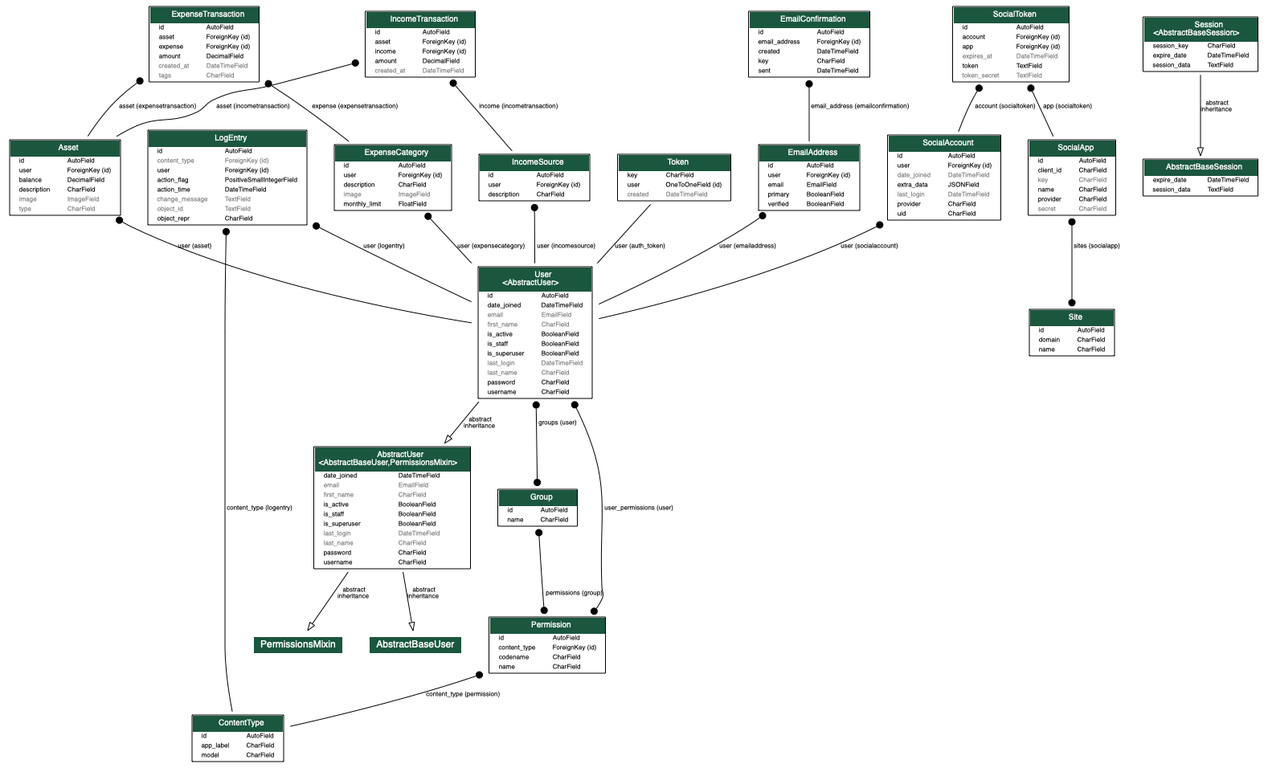
This is models.png from ezhk/finance, a Graphviz export, as it was before one commit. Its source is kept beside it as models.dot.
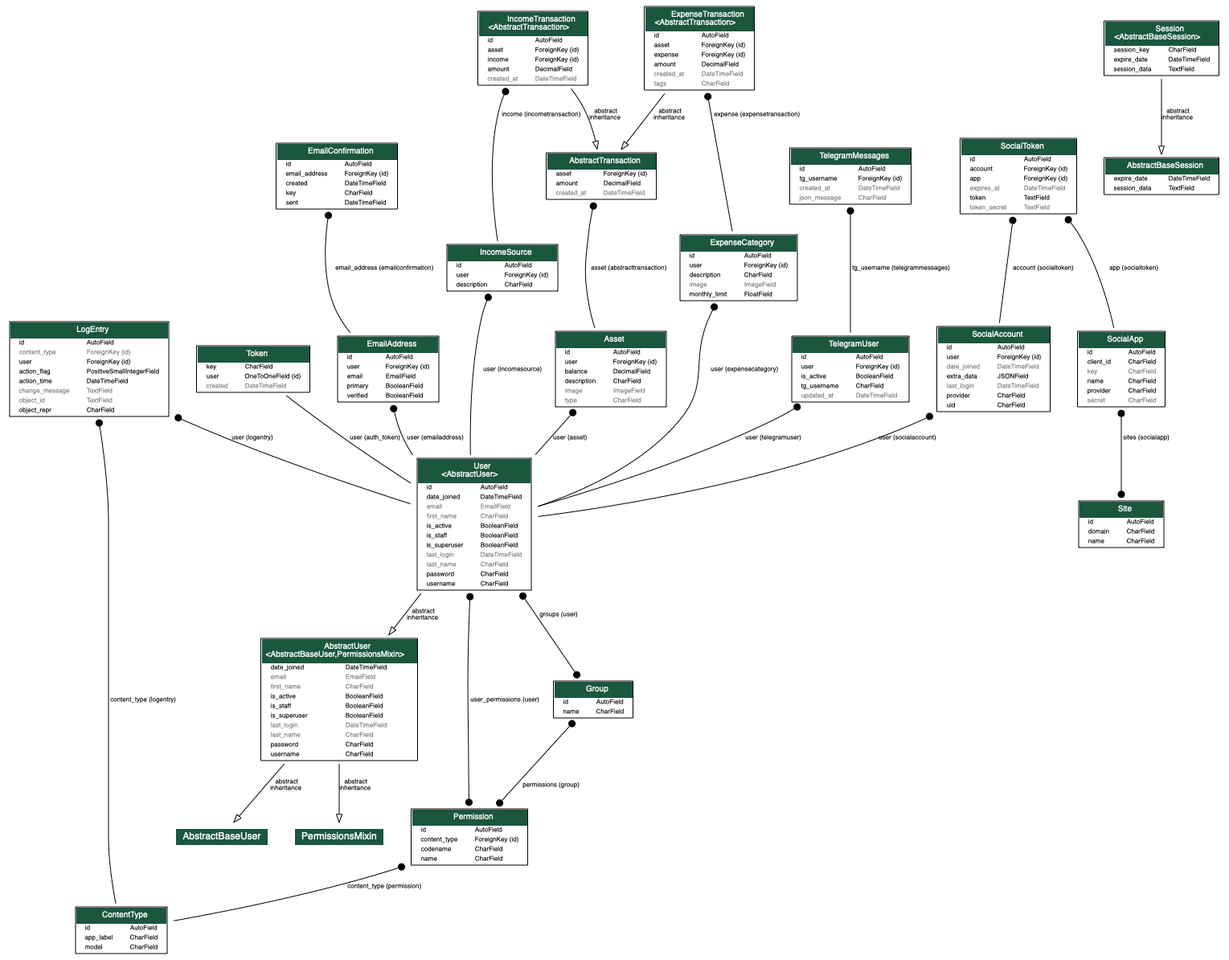
After the change.

Commit message:
update UML diagram

Diff of the diagram source:
```diff
@@ -815,6 +815,40 @@
 
 
 
+  main_models_AbstractTransaction [label=<
+    <TABLE BGCOLOR="white" BORDER="1" CELLBORDER="0" CELLSPACING="0">
+    <TR><TD COLSPAN="2" CELLPADDING="5" ALIGN="CENTER" BGCOLOR="#1b563f">
+    <FONT FACE="Roboto" COLOR="white" POINT-SIZE="10"><B>
+    AbstractTransaction
+    </B></FONT></TD></TR>
+
+
+    <TR><TD ALIGN="LEFT" BORDER="0">
+    <FONT FACE="Roboto"><B>asset</B></FONT>
+    </TD><TD ALIGN="LEFT">
+    <FONT FACE="Roboto"><B>ForeignKey (id)</B></FONT>
+    </TD></TR>
+
+
+
+    <TR><TD ALIGN="LEFT" BORDER="0">
+    <FONT FACE="Roboto">amount</FONT>
+    </TD><TD ALIGN="LEFT">
+    <FONT FACE="Roboto">DecimalField</FONT>
+    </TD></TR>
+
+
+
+    <TR><TD ALIGN="LEFT" BORDER="0">
+    <FONT COLOR="#7B7B7B" FACE="Roboto">created_at</FONT>
+    </TD><TD ALIGN="LEFT">
+    <FONT COLOR="#7B7B7B" FACE="Roboto">DateTimeField</FONT>
+    </TD></TR>
+
+
+    </TABLE>
+    >]
+
   main_models_IncomeSource [label=<
     <TABLE BGCOLOR="white" BORDER="1" CELLBORDER="0" CELLSPACING="0">
     <TR><TD COLSPAN="2" CELLPADDING="5" ALIGN="CENTER" BGCOLOR="#1b563f">
@@ -961,22 +995,22 @@
     <TABLE BGCOLOR="white" BORDER="1" CELLBORDER="0" CELLSPACING="0">
     <TR><TD COLSPAN="2" CELLPADDING="5" ALIGN="CENTER" BGCOLOR="#1b563f">
     <FONT FACE="Roboto" COLOR="white" POINT-SIZE="10"><B>
-    IncomeTransaction
-    </B></FONT></TD></TR>
-
-
-    <TR><TD ALIGN="LEFT" BORDER="0">
-    <FONT FACE="Roboto"><B>id</B></FONT>
-    </TD><TD ALIGN="LEFT">
-    <FONT FACE="Roboto"><B>AutoField</B></FONT>
-    </TD></TR>
-
-
-
-    <TR><TD ALIGN="LEFT" BORDER="0">
-    <FONT FACE="Roboto"><B>asset</B></FONT>
-    </TD><TD ALIGN="LEFT">
-    <FONT FACE="Roboto"><B>ForeignKey (id)</B></FONT>
+    IncomeTransaction<BR/>&lt;<FONT FACE="Roboto"><I>AbstractTransaction</I></FONT>&gt;
+    </B></FONT></TD></TR>
+
+
+    <TR><TD ALIGN="LEFT" BORDER="0">
+    <FONT FACE="Roboto"><B>id</B></FONT>
+    </TD><TD ALIGN="LEFT">
+    <FONT FACE="Roboto"><B>AutoField</B></FONT>
+    </TD></TR>
+
+
+
+    <TR><TD ALIGN="LEFT" BORDER="0">
+    <FONT FACE="Roboto"><I><B>asset</B></I></FONT>
+    </TD><TD ALIGN="LEFT">
+    <FONT FACE="Roboto"><I><B>ForeignKey (id)</B></I></FONT>
     </TD></TR>
 
 
@@ -990,9 +1024,154 @@
 
 
     <TR><TD ALIGN="LEFT" BORDER="0">
-    <FONT FACE="Roboto">amount</FONT>
-    </TD><TD ALIGN="LEFT">
-    <FONT FACE="Roboto">DecimalField</FONT>
+    <FONT FACE="Roboto"><I>amount</I></FONT>
+    </TD><TD ALIGN="LEFT">
+    <FONT FACE="Roboto"><I>DecimalField</I></FONT>
+    </TD></TR>
+
+
+
+    <TR><TD ALIGN="LEFT" BORDER="0">
+    <FONT COLOR="#7B7B7B" FACE="Roboto"><I>created_at</I></FONT>
+    </TD><TD ALIGN="LEFT">
+    <FONT COLOR="#7B7B7B" FACE="Roboto"><I>DateTimeField</I></FONT>
+    </TD></TR>
+
+
+    </TABLE>
+    >]
+
+  main_models_ExpenseTransaction [label=<
+    <TABLE BGCOLOR="white" BORDER="1" CELLBORDER="0" CELLSPACING="0">
+    <TR><TD COLSPAN="2" CELLPADDING="5" ALIGN="CENTER" BGCOLOR="#1b563f">
+    <FONT FACE="Roboto" COLOR="white" POINT-SIZE="10"><B>
+    ExpenseTransaction<BR/>&lt;<FONT FACE="Roboto"><I>AbstractTransaction</I></FONT>&gt;
+    </B></FONT></TD></TR>
+
+
+    <TR><TD ALIGN="LEFT" BORDER="0">
+    <FONT FACE="Roboto"><B>id</B></FONT>
+    </TD><TD ALIGN="LEFT">
+    <FONT FACE="Roboto"><B>AutoField</B></FONT>
+    </TD></TR>
+
+
+
+    <TR><TD ALIGN="LEFT" BORDER="0">
+    <FONT FACE="Roboto"><I><B>asset</B></I></FONT>
+    </TD><TD ALIGN="LEFT">
+    <FONT FACE="Roboto"><I><B>ForeignKey (id)</B></I></FONT>
+    </TD></TR>
+
+
+
+    <TR><TD ALIGN="LEFT" BORDER="0">
+    <FONT FACE="Roboto"><B>expense</B></FONT>
+    </TD><TD ALIGN="LEFT">
+    <FONT FACE="Roboto"><B>ForeignKey (id)</B></FONT>
+    </TD></TR>
+
+
+
+    <TR><TD ALIGN="LEFT" BORDER="0">
+    <FONT FACE="Roboto"><I>amount</I></FONT>
+    </TD><TD ALIGN="LEFT">
+    <FONT FACE="Roboto"><I>DecimalField</I></FONT>
+    </TD></TR>
+
+
+
+    <TR><TD ALIGN="LEFT" BORDER="0">
+    <FONT COLOR="#7B7B7B" FACE="Roboto"><I>created_at</I></FONT>
+    </TD><TD ALIGN="LEFT">
+    <FONT COLOR="#7B7B7B" FACE="Roboto"><I>DateTimeField</I></FONT>
+    </TD></TR>
+
+
+
+    <TR><TD ALIGN="LEFT" BORDER="0">
+    <FONT COLOR="#7B7B7B" FACE="Roboto">tags</FONT>
+    </TD><TD ALIGN="LEFT">
+    <FONT COLOR="#7B7B7B" FACE="Roboto">CharField</FONT>
+    </TD></TR>
+
+
+    </TABLE>
+    >]
+
+
+
+
+  bot_models_TelegramUser [label=<
+    <TABLE BGCOLOR="white" BORDER="1" CELLBORDER="0" CELLSPACING="0">
+    <TR><TD COLSPAN="2" CELLPADDING="5" ALIGN="CENTER" BGCOLOR="#1b563f">
+    <FONT FACE="Roboto" COLOR="white" POINT-SIZE="10"><B>
+    TelegramUser
+    </B></FONT></TD></TR>
+
+
+    <TR><TD ALIGN="LEFT" BORDER="0">
+    <FONT FACE="Roboto"><B>id</B></FONT>
+    </TD><TD ALIGN="LEFT">
+    <FONT FACE="Roboto"><B>AutoField</B></FONT>
+    </TD></TR>
+
+
+
+    <TR><TD ALIGN="LEFT" BORDER="0">
+    <FONT FACE="Roboto"><B>user</B></FONT>
+    </TD><TD ALIGN="LEFT">
+    <FONT FACE="Roboto"><B>ForeignKey (id)</B></FONT>
+    </TD></TR>
+
+
+
+    <TR><TD ALIGN="LEFT" BORDER="0">
+    <FONT FACE="Roboto">is_active</FONT>
+    </TD><TD ALIGN="LEFT">
+    <FONT FACE="Roboto">BooleanField</FONT>
+    </TD></TR>
+
+
+
+    <TR><TD ALIGN="LEFT" BORDER="0">
+    <FONT FACE="Roboto">tg_username</FONT>
+    </TD><TD ALIGN="LEFT">
+    <FONT FACE="Roboto">CharField</FONT>
+    </TD></TR>
+
+
+
+    <TR><TD ALIGN="LEFT" BORDER="0">
+    <FONT COLOR="#7B7B7B" FACE="Roboto">updated_at</FONT>
+    </TD><TD ALIGN="LEFT">
+    <FONT COLOR="#7B7B7B" FACE="Roboto">DateTimeField</FONT>
+    </TD></TR>
+
+
+    </TABLE>
+    >]
+
+  bot_models_TelegramMessages [label=<
+    <TABLE BGCOLOR="white" BORDER="1" CELLBORDER="0" CELLSPACING="0">
+    <TR><TD COLSPAN="2" CELLPADDING="5" ALIGN="CENTER" BGCOLOR="#1b563f">
+    <FONT FACE="Roboto" COLOR="white" POINT-SIZE="10"><B>
+    TelegramMessages
+    </B></FONT></TD></TR>
+
+
+    <TR><TD ALIGN="LEFT" BORDER="0">
+    <FONT FACE="Roboto"><B>id</B></FONT>
+    </TD><TD ALIGN="LEFT">
+    <FONT FACE="Roboto"><B>AutoField</B></FONT>
+    </TD></TR>
+
+
+
+    <TR><TD ALIGN="LEFT" BORDER="0">
+    <FONT FACE="Roboto"><B>tg_username</B></FONT>
+    </TD><TD ALIGN="LEFT">
+    <FONT FACE="Roboto"><B>ForeignKey (id)</B></FONT>
     </TD></TR>
 
 
@@ -1004,59 +1183,9 @@
     </TD></TR>
 
 
-    </TABLE>
-    >]
-
-  main_models_ExpenseTransaction [label=<
-    <TABLE BGCOLOR="white" BORDER="1" CELLBORDER="0" CELLSPACING="0">
-    <TR><TD COLSPAN="2" CELLPADDING="5" ALIGN="CENTER" BGCOLOR="#1b563f">
-    <FONT FACE="Roboto" COLOR="white" POINT-SIZE="10"><B>
-    ExpenseTransaction
-    </B></FONT></TD></TR>
-
-
-    <TR><TD ALIGN="LEFT" BORDER="0">
-    <FONT FACE="Roboto"><B>id</B></FONT>
-    </TD><TD ALIGN="LEFT">
-    <FONT FACE="Roboto"><B>AutoField</B></FONT>
-    </TD></TR>
-
-
-
-    <TR><TD ALIGN="LEFT" BORDER="0">
-    <FONT FACE="Roboto"><B>asset</B></FONT>
-    </TD><TD ALIGN="LEFT">
-    <FONT FACE="Roboto"><B>ForeignKey (id)</B></FONT>
-    </TD></TR>
-
-
-
-    <TR><TD ALIGN="LEFT" BORDER="0">
-    <FONT FACE="Roboto"><B>expense</B></FONT>
-    </TD><TD ALIGN="LEFT">
-    <FONT FACE="Roboto"><B>ForeignKey (id)</B></FONT>
-    </TD></TR>
-
-
-
-    <TR><TD ALIGN="LEFT" BORDER="0">
-    <FONT FACE="Roboto">amount</FONT>
-    </TD><TD ALIGN="LEFT">
-    <FONT FACE="Roboto">DecimalField</FONT>
-    </TD></TR>
-
-
-
-    <TR><TD ALIGN="LEFT" BORDER="0">
-    <FONT COLOR="#7B7B7B" FACE="Roboto">created_at</FONT>
-    </TD><TD ALIGN="LEFT">
-    <FONT COLOR="#7B7B7B" FACE="Roboto">DateTimeField</FONT>
-    </TD></TR>
-
-
-
-    <TR><TD ALIGN="LEFT" BORDER="0">
-    <FONT COLOR="#7B7B7B" FACE="Roboto">tags</FONT>
+
+    <TR><TD ALIGN="LEFT" BORDER="0">
+    <FONT COLOR="#7B7B7B" FACE="Roboto">json_message</FONT>
     </TD><TD ALIGN="LEFT">
     <FONT COLOR="#7B7B7B" FACE="Roboto">CharField</FONT>
     </TD></TR>
@@ -1140,6 +1269,9 @@
   [label=" user (auth_token)"] [arrowhead=none, arrowtail=none, dir=both];
 
 
+  main_models_AbstractTransaction -> main_models_Asset
+  [label=" asset (abstracttransaction)"] [arrowhead=none, arrowtail=dot, dir=both];
+
   main_models_IncomeSource -> django_contrib_auth_models_User
   [label=" user (incomesource)"] [arrowhead=none, arrowtail=dot, dir=both];
 
@@ -1149,17 +1281,24 @@
   main_models_ExpenseCategory -> django_contrib_auth_models_User
   [label=" user (expensecategory)"] [arrowhead=none, arrowtail=dot, dir=both];
 
-  main_models_IncomeTransaction -> main_models_Asset
-  [label=" asset (incometransaction)"] [arrowhead=none, arrowtail=dot, dir=both];
-
   main_models_IncomeTransaction -> main_models_IncomeSource
   [label=" income (incometransaction)"] [arrowhead=none, arrowtail=dot, dir=both];
 
-  main_models_ExpenseTransaction -> main_models_Asset
-  [label=" asset (expensetransaction)"] [arrowhead=none, arrowtail=dot, dir=both];
+  main_models_IncomeTransaction -> main_models_AbstractTransaction
+  [label=" abstract\ninheritance"] [arrowhead=empty, arrowtail=none, dir=both];
 
   main_models_ExpenseTransaction -> main_models_ExpenseCategory
   [label=" expense (expensetransaction)"] [arrowhead=none, arrowtail=dot, dir=both];
 
+  main_models_ExpenseTransaction -> main_models_AbstractTransaction
+  [label=" abstract\ninheritance"] [arrowhead=empty, arrowtail=none, dir=both];
+
+
+  bot_models_TelegramUser -> django_contrib_auth_models_User
+  [label=" user (telegramuser)"] [arrowhead=none, arrowtail=dot, dir=both];
+
+  bot_models_TelegramMessages -> bot_models_TelegramUser
+  [label=" tg_username (telegrammessages)"] [arrowhead=none, arrowtail=dot, dir=both];
+
 
 }
```
